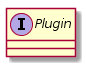
The PlantUML diagram report/figures/design/class/core/plugin.png in geoffjay/comp8506-docs, before a commit.
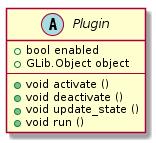
The same diagram one commit later.

Diff of the diagram source:
```diff
@@ -1,4 +1,11 @@
 @startuml
-interface Plugin {
+abstract class Plugin {
+    +bool enabled
+    +GLib.Object object
+    ----
+    +void activate ()
+    +void deactivate ()
+    +void update_state ()
+    +void run ()
 }
 @enduml
```
